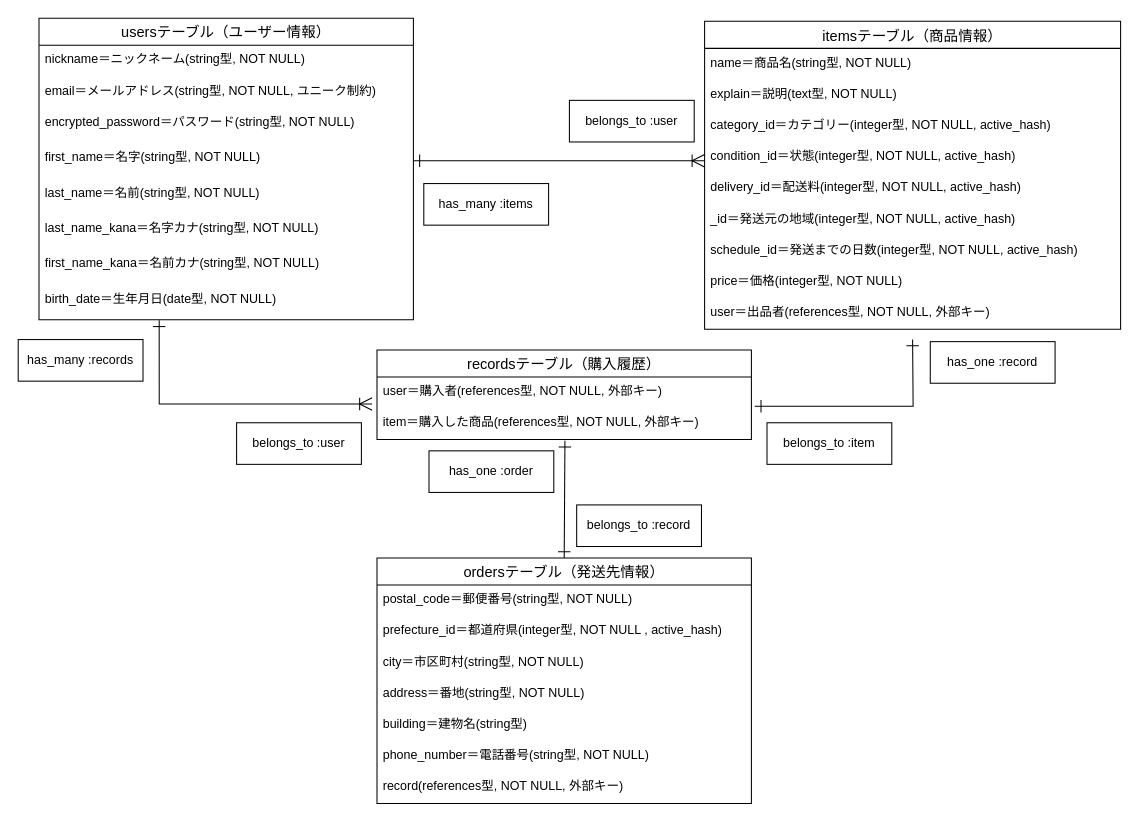
This is furima.dio from Nannaan/furima-39306, a draw.io file, before an edit. Source tidied: cells renumbered, new cells numbered last; positions are measured from the earlier drawing's top-left corner, leaving out a move shared by most shapes. Both pictures are drawn from the tidied source at 104%, with x=0, y=0 at pixel (18, 18).
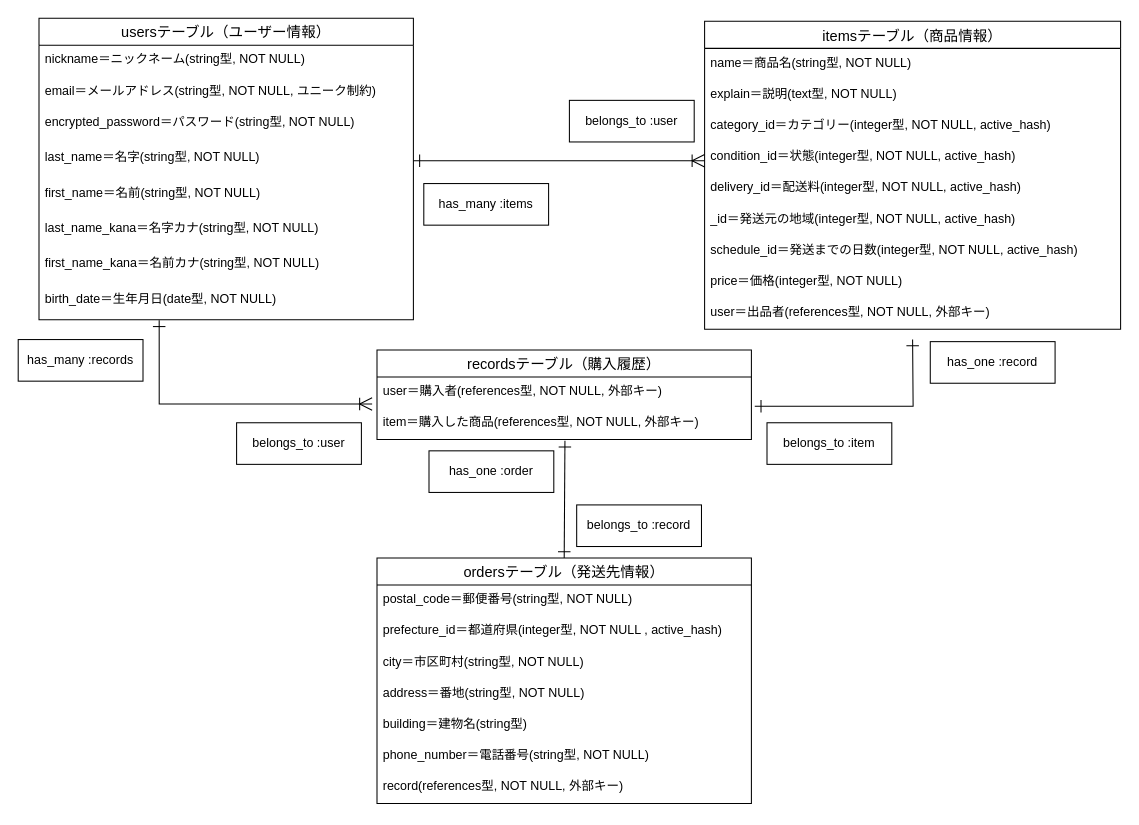
After the change.

Commit message (it also covers changes not shown here):
DB設計の修正

The change refers to these unchanged cells:
```xml
<mxCell id="2" value="usersテーブル（ユーザー情報）" style="swimlane;fontStyle=0;horizontal=1;startSize=26;align=center;fontSize=14;spacing=2;labelBackgroundColor=none;" parent="1" vertex="1">
  <mxGeometry x="20" width="360" height="290" as="geometry" />
</mxCell>
```

What changed in the source:
```diff
@@
-    <mxCell id="6" value="first_name＝名字(string型, NOT NULL)" style="text;strokeColor=none;fillColor=none;spacingLeft=4;spacingRight=4;overflow=hidden;points=[[0,0.5],[1,0.5]];portConstraint=eastwest;fontSize=12;" parent="2" vertex="1">
+    <mxCell id="6" value="last_name＝名字(string型, NOT NULL)" style="text;strokeColor=none;fillColor=none;spacingLeft=4;spacingRight=4;overflow=hidden;points=[[0,0.5],[1,0.5]];portConstraint=eastwest;fontSize=12;" parent="2" vertex="1">
       <mxGeometry y="120" width="360" height="34" as="geometry" />
     </mxCell>
-    <mxCell id="7" value="last_name＝名前(string型, NOT NULL)" style="text;strokeColor=none;fillColor=none;spacingLeft=4;spacingRight=4;overflow=hidden;fontSize=12;" parent="2" vertex="1">
+    <mxCell id="7" value="first_name＝名前(string型, NOT NULL)" style="text;strokeColor=none;fillColor=none;spacingLeft=4;spacingRight=4;overflow=hidden;fontSize=12;" parent="2" vertex="1">
       <mxGeometry y="154" width="360" height="34" as="geometry" />
     </mxCell>
```
